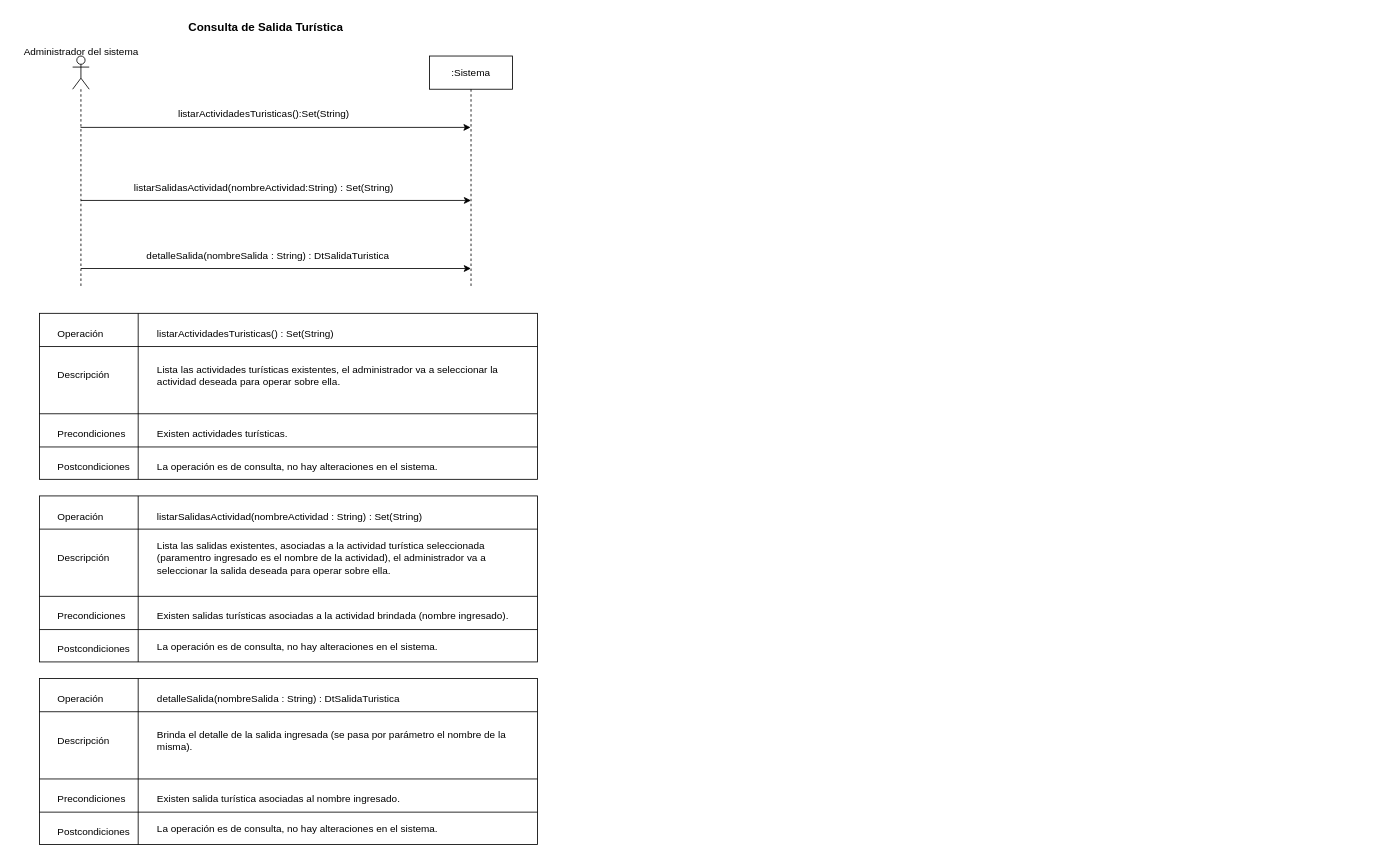
rofernandezm/Tencnoinf_Pap2025_Tarea1 keeps this draw.io diagram as page "CU7_ConsultaSalidaTurística" (7 of 10) of resources/Tarea1.drawio. Above is the earlier version. Source tidied: cells renumbered, new cells numbered last; positions are measured from the earlier drawing's top-left corner, leaving out a move shared by most shapes. Both pictures are drawn from the tidied source at 83%, with x=0, y=0 at pixel (14, 14).
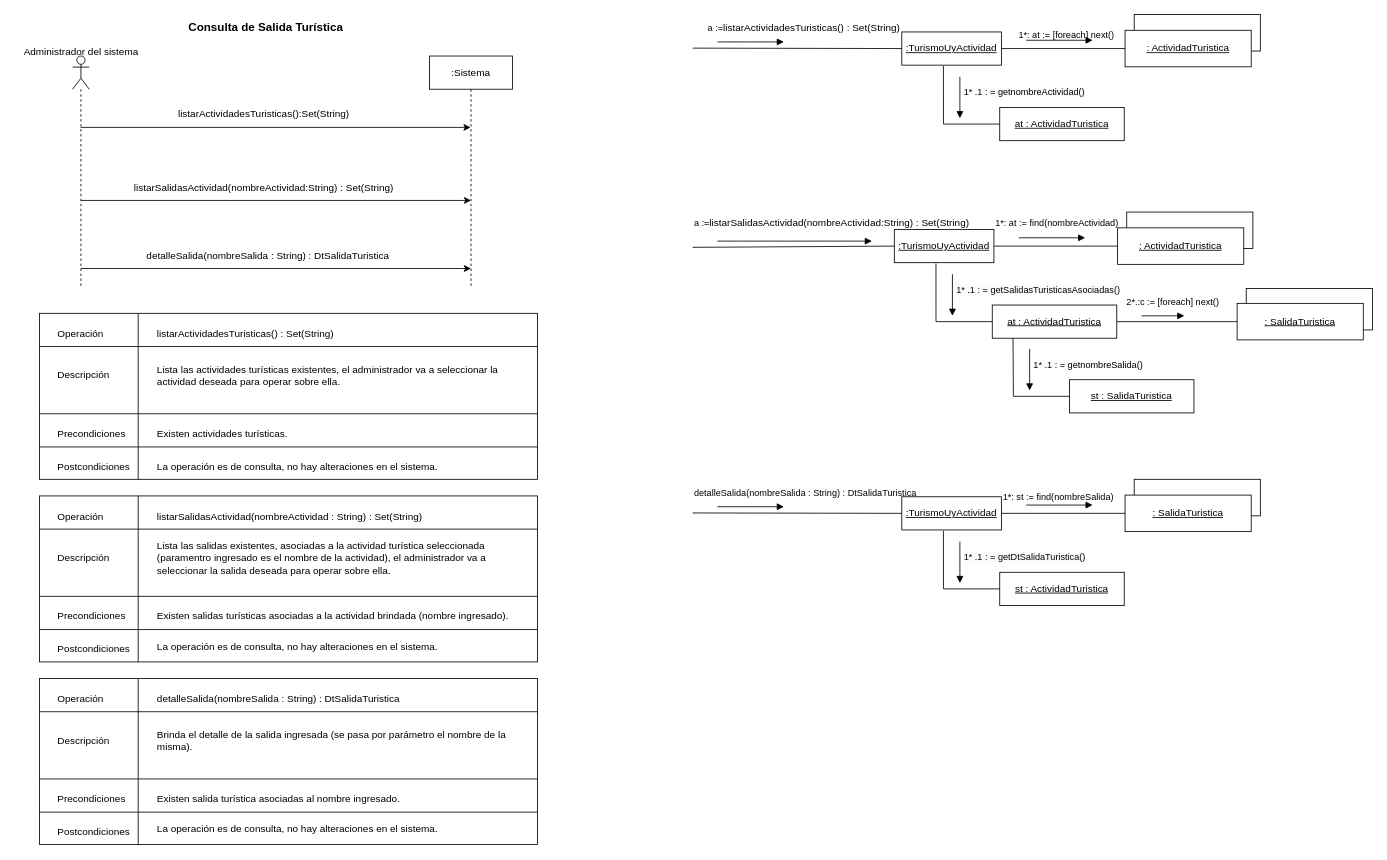
After the change.

Commit message:
Diagrama de comunicacion Caso de uso 7

The edit, as a diff of the source:
```diff
@@
+    <mxCell id="51" value="&lt;u&gt;:TurismoUyActividad&lt;/u&gt;" style="html=1;whiteSpace=wrap;" parent="1" vertex="1">
+      <mxGeometry x="1069" y="21" width="120" height="40" as="geometry" />
+    </mxCell>
+    <mxCell id="52" style="html=1;verticalAlign=bottom;labelBackgroundColor=none;endArrow=none;endFill=0;endSize=6;align=left;rounded=0;entryX=0;entryY=0.5;entryDx=0;entryDy=0;" parent="1" edge="1" target="51">
+      <mxGeometry x="-1" y="16" relative="1" as="geometry">
+        <mxPoint x="817" y="40.5" as="sourcePoint" />
+      </mxGeometry>
+    </mxCell>
+    <mxCell id="53" style="html=1;verticalAlign=bottom;labelBackgroundColor=none;endArrow=block;endFill=1;endSize=6;align=left;rounded=0;" parent="1" edge="1">
+      <mxGeometry x="-1" relative="1" as="geometry">
+        <mxPoint x="847" y="33" as="sourcePoint" />
+        <mxPoint x="927" y="33" as="targetPoint" />
+      </mxGeometry>
+    </mxCell>
+    <mxCell id="54" value="1*: at := [foreach] next()" style="html=1;verticalAlign=bottom;labelBackgroundColor=none;endArrow=none;endFill=0;endSize=6;align=left;rounded=0;exitX=1;exitY=0.5;exitDx=0;exitDy=0;entryX=0;entryY=0.5;entryDx=0;entryDy=0;" parent="1" edge="1" source="51" target="58">
+      <mxGeometry x="-0.75" y="8" relative="1" as="geometry">
+        <mxPoint y="1" as="offset" />
+      </mxGeometry>
+    </mxCell>
+    <mxCell id="55" style="html=1;verticalAlign=bottom;labelBackgroundColor=none;endArrow=block;endFill=1;endSize=6;align=left;rounded=0;" parent="1" edge="1">
+      <mxGeometry x="-1" relative="1" as="geometry">
+        <mxPoint x="1219" y="31" as="sourcePoint" />
+        <mxPoint x="1299" y="31" as="targetPoint" />
+      </mxGeometry>
+    </mxCell>
+    <mxCell id="56" value="&lt;span style=&quot;font-size: 11px; text-align: left; text-wrap-mode: nowrap;&quot;&gt;a :=&lt;/span&gt;listarActividadesTuristicas() :&amp;nbsp;&lt;span style=&quot;text-wrap-mode: nowrap;&quot;&gt;Set(String)&amp;nbsp;&lt;/span&gt;" style="text;html=1;align=center;verticalAlign=middle;whiteSpace=wrap;rounded=0;" parent="1" vertex="1">
+      <mxGeometry x="817" y="1" width="272" height="30" as="geometry" />
+    </mxCell>
+    <mxCell id="57" style="html=1;whiteSpace=wrap;" parent="1" vertex="1">
+      <mxGeometry x="1349" width="152" height="44" as="geometry" />
+    </mxCell>
+    <mxCell id="58" value="&lt;div&gt;&lt;u&gt;: ActividadTuristica&lt;/u&gt;&lt;/div&gt;" style="html=1;whiteSpace=wrap;" parent="1" vertex="1">
+      <mxGeometry x="1338" y="19" width="152" height="44" as="geometry" />
+    </mxCell>
+    <mxCell id="59" value="&lt;u&gt;at : ActividadTuristica&lt;/u&gt;" style="html=1;whiteSpace=wrap;" parent="1" vertex="1">
+      <mxGeometry x="1187" y="112" width="150" height="40" as="geometry" />
+    </mxCell>
+    <mxCell id="60" style="endArrow=none;html=1;rounded=0;entryX=0.418;entryY=1.025;entryDx=0;entryDy=0;exitX=0;exitY=0.5;exitDx=0;exitDy=0;edgeStyle=orthogonalEdgeStyle;entryPerimeter=0;" parent="1" edge="1" source="59" target="51">
+      <mxGeometry relative="1" as="geometry" />
+    </mxCell>
+    <mxCell id="61" value="&lt;span style=&quot;font-size: 11px; text-wrap-mode: nowrap; background-color: rgb(251, 251, 251);&quot;&gt;1* .1 : = getnombreActividad()&lt;/span&gt;" style="text;whiteSpace=wrap;html=1;" parent="1" vertex="1">
+      <mxGeometry x="1142" y="80" width="120" height="50" as="geometry" />
+    </mxCell>
+    <mxCell id="62" style="html=1;verticalAlign=bottom;labelBackgroundColor=none;endArrow=block;endFill=1;endSize=6;align=left;rounded=0;" parent="1" edge="1">
+      <mxGeometry x="-1" relative="1" as="geometry">
+        <mxPoint x="1139" y="75" as="sourcePoint" />
+        <mxPoint x="1139" y="125" as="targetPoint" />
+      </mxGeometry>
+    </mxCell>
+    <mxCell id="63" value="&lt;u&gt;:TurismoUyActividad&lt;/u&gt;" style="html=1;whiteSpace=wrap;" parent="1" vertex="1">
+      <mxGeometry x="1060" y="259" width="120" height="40" as="geometry" />
+    </mxCell>
+    <mxCell id="64" style="html=1;verticalAlign=bottom;labelBackgroundColor=none;endArrow=none;endFill=0;endSize=6;align=left;rounded=0;entryX=0;entryY=0.5;entryDx=0;entryDy=0;" parent="1" edge="1" target="63">
+      <mxGeometry x="-1" y="16" relative="1" as="geometry">
+        <mxPoint x="817" y="280.5" as="sourcePoint" />
+      </mxGeometry>
+    </mxCell>
+    <mxCell id="65" style="html=1;verticalAlign=bottom;labelBackgroundColor=none;endArrow=block;endFill=1;endSize=6;align=left;rounded=0;" parent="1" edge="1">
+      <mxGeometry x="-1" relative="1" as="geometry">
+        <mxPoint x="847" y="273" as="sourcePoint" />
+        <mxPoint x="1033" y="273" as="targetPoint" />
+      </mxGeometry>
+    </mxCell>
+    <mxCell id="66" value="1*: at := find(nombreActividad)" style="html=1;verticalAlign=bottom;labelBackgroundColor=none;endArrow=none;endFill=0;endSize=6;align=left;rounded=0;exitX=1;exitY=0.5;exitDx=0;exitDy=0;entryX=0;entryY=0.5;entryDx=0;entryDy=0;" parent="1" edge="1" source="63" target="70">
+      <mxGeometry x="-1" y="19" relative="1" as="geometry" />
+    </mxCell>
+    <mxCell id="67" style="html=1;verticalAlign=bottom;labelBackgroundColor=none;endArrow=block;endFill=1;endSize=6;align=left;rounded=0;" parent="1" edge="1">
+      <mxGeometry x="-1" relative="1" as="geometry">
+        <mxPoint x="1210" y="269" as="sourcePoint" />
+        <mxPoint x="1290" y="269" as="targetPoint" />
+      </mxGeometry>
+    </mxCell>
+    <mxCell id="68" value="&lt;div style=&quot;&quot;&gt;&lt;span style=&quot;background-color: transparent; color: light-dark(rgb(0, 0, 0), rgb(255, 255, 255)); text-wrap-mode: nowrap; font-size: 11px;&quot;&gt;a :=&lt;/span&gt;&lt;span style=&quot;background-color: transparent;&quot;&gt;listarSalidasActividad(nombreActividad:String) : Set(String)&lt;/span&gt;&lt;/div&gt;" style="text;html=1;align=left;verticalAlign=middle;whiteSpace=wrap;rounded=0;" parent="1" vertex="1">
+      <mxGeometry x="817" y="236" width="346" height="30" as="geometry" />
+    </mxCell>
+    <mxCell id="69" style="html=1;whiteSpace=wrap;" parent="1" vertex="1">
+      <mxGeometry x="1340" y="238" width="152" height="44" as="geometry" />
+    </mxCell>
+    <mxCell id="70" value="&lt;div&gt;&lt;u&gt;: ActividadTuristica&lt;/u&gt;&lt;/div&gt;" style="html=1;whiteSpace=wrap;" parent="1" vertex="1">
+      <mxGeometry x="1329" y="257" width="152" height="44" as="geometry" />
+    </mxCell>
+    <mxCell id="71" value="&lt;u&gt;at : ActividadTuristica&lt;/u&gt;" style="html=1;whiteSpace=wrap;" parent="1" vertex="1">
+      <mxGeometry x="1178" y="350" width="150" height="40" as="geometry" />
+    </mxCell>
+    <mxCell id="72" style="endArrow=none;html=1;rounded=0;entryX=0.418;entryY=1.025;entryDx=0;entryDy=0;exitX=0;exitY=0.5;exitDx=0;exitDy=0;edgeStyle=orthogonalEdgeStyle;entryPerimeter=0;" parent="1" edge="1" source="71" target="63">
+      <mxGeometry relative="1" as="geometry" />
+    </mxCell>
+    <mxCell id="73" value="&lt;span style=&quot;font-size: 11px; text-wrap-mode: nowrap; background-color: rgb(251, 251, 251);&quot;&gt;1* .1 : = getSalidasTuristicasAsociadas()&lt;/span&gt;" style="text;whiteSpace=wrap;html=1;" parent="1" vertex="1">
+      <mxGeometry x="1133" y="318" width="120" height="50" as="geometry" />
+    </mxCell>
+    <mxCell id="74" style="html=1;verticalAlign=bottom;labelBackgroundColor=none;endArrow=block;endFill=1;endSize=6;align=left;rounded=0;" parent="1" edge="1">
+      <mxGeometry x="-1" relative="1" as="geometry">
+        <mxPoint x="1130" y="313" as="sourcePoint" />
+        <mxPoint x="1130" y="363" as="targetPoint" />
+      </mxGeometry>
+    </mxCell>
+    <mxCell id="75" value="&lt;div&gt;2*.:c :=&amp;nbsp;&lt;span style=&quot;background-color: initial;&quot;&gt;[foreach] next()&lt;/span&gt;&lt;span style=&quot;background-color: initial;&quot;&gt;&amp;nbsp;&lt;/span&gt;&lt;/div&gt;" style="html=1;verticalAlign=bottom;labelBackgroundColor=none;endArrow=none;endFill=0;endSize=6;align=left;rounded=0;exitX=0.5;exitY=1;exitDx=0;exitDy=0;" parent="1" edge="1">
+      <mxGeometry x="-0.87" y="14" relative="1" as="geometry">
+        <mxPoint x="1328" y="370" as="sourcePoint" />
+        <mxPoint x="1478" y="370" as="targetPoint" />
+      </mxGeometry>
+    </mxCell>
+    <mxCell id="76" style="html=1;verticalAlign=bottom;labelBackgroundColor=none;endArrow=block;endFill=1;endSize=6;align=left;rounded=0;" parent="1" edge="1">
+      <mxGeometry x="-1" relative="1" as="geometry">
+        <mxPoint x="1358" y="363" as="sourcePoint" />
+        <mxPoint x="1409.5" y="363" as="targetPoint" />
+      </mxGeometry>
+    </mxCell>
+    <mxCell id="77" style="html=1;whiteSpace=wrap;" parent="1" vertex="1">
+      <mxGeometry x="1484" y="330" width="152" height="50" as="geometry" />
+    </mxCell>
+    <mxCell id="78" value="&lt;div&gt;&lt;u&gt;: SalidaTuristica&lt;/u&gt;&lt;/div&gt;" style="html=1;whiteSpace=wrap;" parent="1" vertex="1">
+      <mxGeometry x="1473" y="348" width="152" height="44" as="geometry" />
+    </mxCell>
+    <mxCell id="79" value="&lt;u&gt;st : SalidaTuristica&lt;/u&gt;" style="html=1;whiteSpace=wrap;" parent="1" vertex="1">
+      <mxGeometry x="1271" y="440" width="150" height="40" as="geometry" />
+    </mxCell>
+    <mxCell id="80" style="endArrow=none;html=1;rounded=0;entryX=0.418;entryY=1.025;entryDx=0;entryDy=0;exitX=0;exitY=0.5;exitDx=0;exitDy=0;edgeStyle=orthogonalEdgeStyle;entryPerimeter=0;" parent="1" edge="1" source="79">
+      <mxGeometry relative="1" as="geometry">
+        <mxPoint x="1203" y="390" as="targetPoint" />
+      </mxGeometry>
+    </mxCell>
+    <mxCell id="81" value="&lt;span style=&quot;font-size: 11px; text-wrap-mode: nowrap; background-color: rgb(251, 251, 251);&quot;&gt;1* .1 : = getnombreSalida()&lt;/span&gt;" style="text;whiteSpace=wrap;html=1;" parent="1" vertex="1">
+      <mxGeometry x="1226" y="408" width="120" height="50" as="geometry" />
+    </mxCell>
+    <mxCell id="82" style="html=1;verticalAlign=bottom;labelBackgroundColor=none;endArrow=block;endFill=1;endSize=6;align=left;rounded=0;" parent="1" edge="1">
+      <mxGeometry x="-1" relative="1" as="geometry">
+        <mxPoint x="1223" y="403" as="sourcePoint" />
+        <mxPoint x="1223" y="453" as="targetPoint" />
+      </mxGeometry>
+    </mxCell>
+    <mxCell id="83" value="&lt;u&gt;:TurismoUyActividad&lt;/u&gt;" style="html=1;whiteSpace=wrap;" parent="1" vertex="1">
+      <mxGeometry x="1069" y="581" width="120" height="40" as="geometry" />
+    </mxCell>
+    <mxCell id="84" style="html=1;verticalAlign=bottom;labelBackgroundColor=none;endArrow=none;endFill=0;endSize=6;align=left;rounded=0;entryX=0;entryY=0.5;entryDx=0;entryDy=0;" parent="1" edge="1" target="83">
+      <mxGeometry x="-1" y="16" relative="1" as="geometry">
+        <mxPoint x="817" y="600.5" as="sourcePoint" />
+      </mxGeometry>
+    </mxCell>
+    <mxCell id="85" style="html=1;verticalAlign=bottom;labelBackgroundColor=none;endArrow=block;endFill=1;endSize=6;align=left;rounded=0;" parent="1" edge="1">
+      <mxGeometry x="-1" relative="1" as="geometry">
+        <mxPoint x="847" y="593" as="sourcePoint" />
+        <mxPoint x="927" y="593" as="targetPoint" />
+      </mxGeometry>
+    </mxCell>
+    <mxCell id="86" value="1*: st := find(nombreSalida)" style="html=1;verticalAlign=bottom;labelBackgroundColor=none;endArrow=none;endFill=0;endSize=6;align=left;rounded=0;exitX=1;exitY=0.5;exitDx=0;exitDy=0;entryX=0;entryY=0.5;entryDx=0;entryDy=0;" parent="1" edge="1" source="83" target="90">
+      <mxGeometry x="-1" y="11" relative="1" as="geometry" />
+    </mxCell>
+    <mxCell id="87" style="html=1;verticalAlign=bottom;labelBackgroundColor=none;endArrow=block;endFill=1;endSize=6;align=left;rounded=0;" parent="1" edge="1">
+      <mxGeometry x="-1" relative="1" as="geometry">
+        <mxPoint x="1219" y="591" as="sourcePoint" />
+        <mxPoint x="1299" y="591" as="targetPoint" />
+      </mxGeometry>
+    </mxCell>
+    <mxCell id="88" value="&lt;div style=&quot;text-align: left;&quot;&gt;&lt;span style=&quot;background-color: transparent; font-size: 11px; text-wrap-mode: nowrap;&quot;&gt;detalleSalida(nombreSalida : String) : DtSalidaTuristica&lt;/span&gt;&lt;/div&gt;" style="text;html=1;align=center;verticalAlign=middle;whiteSpace=wrap;rounded=0;" parent="1" vertex="1">
+      <mxGeometry x="817" y="561" width="272" height="30" as="geometry" />
+    </mxCell>
+    <mxCell id="89" style="html=1;whiteSpace=wrap;" parent="1" vertex="1">
+      <mxGeometry x="1349" y="560" width="152" height="44" as="geometry" />
+    </mxCell>
+    <mxCell id="90" value="&lt;div&gt;&lt;u&gt;: SalidaTuristica&lt;/u&gt;&lt;/div&gt;" style="html=1;whiteSpace=wrap;" parent="1" vertex="1">
+      <mxGeometry x="1338" y="579" width="152" height="44" as="geometry" />
+    </mxCell>
+    <mxCell id="91" value="&lt;u&gt;st : ActividadTuristica&lt;/u&gt;" style="html=1;whiteSpace=wrap;" parent="1" vertex="1">
+      <mxGeometry x="1187" y="672" width="150" height="40" as="geometry" />
+    </mxCell>
+    <mxCell id="92" style="endArrow=none;html=1;rounded=0;entryX=0.418;entryY=1.025;entryDx=0;entryDy=0;exitX=0;exitY=0.5;exitDx=0;exitDy=0;edgeStyle=orthogonalEdgeStyle;entryPerimeter=0;" parent="1" edge="1" source="91" target="83">
+      <mxGeometry relative="1" as="geometry" />
+    </mxCell>
+    <mxCell id="93" value="&lt;span style=&quot;font-size: 11px; text-wrap-mode: nowrap; background-color: rgb(251, 251, 251);&quot;&gt;1* .1 : = getDtSalidaTuristica()&lt;/span&gt;" style="text;whiteSpace=wrap;html=1;" parent="1" vertex="1">
+      <mxGeometry x="1142" y="640" width="120" height="50" as="geometry" />
+    </mxCell>
+    <mxCell id="94" style="html=1;verticalAlign=bottom;labelBackgroundColor=none;endArrow=block;endFill=1;endSize=6;align=left;rounded=0;" parent="1" edge="1">
+      <mxGeometry x="-1" relative="1" as="geometry">
+        <mxPoint x="1139" y="635" as="sourcePoint" />
+        <mxPoint x="1139" y="685" as="targetPoint" />
+      </mxGeometry>
+    </mxCell>
```
